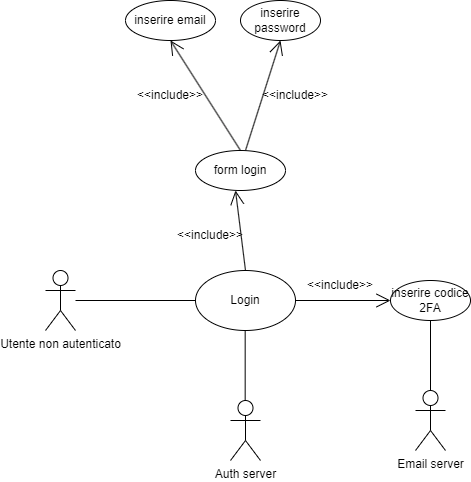
This is second-deliverable/images/Login_UCD.drawio.png from IS-FixMi/Documentation-Source, a draw.io export, as it was before one commit. Source tidied: cells renumbered, new cells last; positions are measured from the earlier drawing's top-left corner, leaving out a move shared by most shapes.
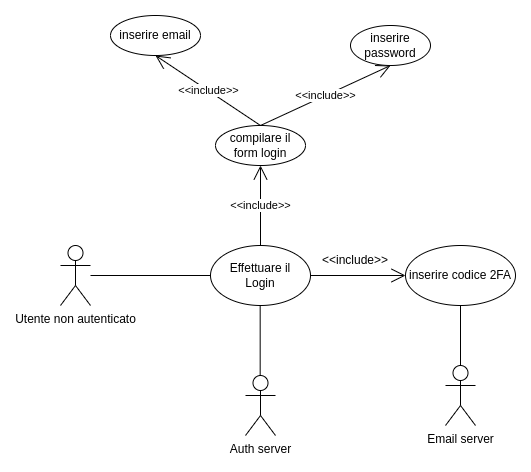
The same file after the commit.

What changed in the source:
```diff
@@ -5,7 +5,7 @@
     <mxCell id="2" value="Utente non autenticato&lt;br&gt;" style="shape=umlActor;verticalLabelPosition=bottom;verticalAlign=top;html=1;" parent="1" vertex="1">
       <mxGeometry y="270" width="30" height="60" as="geometry" />
     </mxCell>
-    <mxCell id="3" value="Login" style="ellipse;whiteSpace=wrap;html=1;" parent="1" vertex="1">
+    <mxCell id="3" value="Effettuare il&lt;br&gt;Login" style="ellipse;whiteSpace=wrap;html=1;" parent="1" vertex="1">
       <mxGeometry x="150" y="270" width="100" height="60" as="geometry" />
     </mxCell>
     <mxCell id="4" style="endArrow=none;html=1;rounded=0;entryX=0;entryY=0.5;entryDx=0;entryDy=0;" parent="1" edge="1" target="3">
@@ -13,30 +13,22 @@
         <mxPoint x="30" y="300" as="sourcePoint" />
       </mxGeometry>
     </mxCell>
-    <mxCell id="5" style="endArrow=open;endFill=1;endSize=12;html=1;rounded=0;exitX=0.5;exitY=0;exitDx=0;exitDy=0;" parent="1" edge="1" source="3">
-      <mxGeometry relative="1" as="geometry">
-        <mxPoint x="190" y="190" as="targetPoint" />
-      </mxGeometry>
+    <mxCell id="5" value="&amp;lt;&amp;lt;include&amp;gt;&amp;gt;" style="endArrow=open;endFill=1;endSize=12;html=1;rounded=0;exitX=0.5;exitY=0;exitDx=0;exitDy=0;entryX=0.5;entryY=1;entryDx=0;entryDy=0;" parent="1" edge="1" source="3" target="18">
+      <mxGeometry relative="1" as="geometry" />
     </mxCell>
-    <mxCell id="6" value="&amp;lt;&amp;lt;include&amp;gt;&amp;gt;" style="text;html=1;strokeColor=none;fillColor=none;align=center;verticalAlign=middle;whiteSpace=wrap;rounded=0;" parent="1" vertex="1">
-      <mxGeometry x="100" y="90" width="50" height="10" as="geometry" />
-    </mxCell>
-    <mxCell id="7" style="endArrow=open;endFill=1;endSize=12;html=1;rounded=0;exitX=0.5;exitY=0;exitDx=0;exitDy=0;entryX=0.5;entryY=1;entryDx=0;entryDy=0;" parent="1" edge="1" target="10">
+    <mxCell id="7" value="&amp;lt;&amp;lt;include&amp;gt;&amp;gt;" style="endArrow=open;endFill=1;endSize=12;html=1;rounded=0;exitX=0.5;exitY=0;exitDx=0;exitDy=0;entryX=0.5;entryY=1;entryDx=0;entryDy=0;" parent="1" edge="1" target="10">
       <mxGeometry relative="1" as="geometry">
         <mxPoint x="200" y="150" as="sourcePoint" />
       </mxGeometry>
     </mxCell>
-    <mxCell id="8" value="&amp;lt;&amp;lt;include&amp;gt;&amp;gt;" style="text;html=1;strokeColor=none;fillColor=none;align=center;verticalAlign=middle;whiteSpace=wrap;rounded=0;" parent="1" vertex="1">
-      <mxGeometry x="225" y="90" width="50" height="10" as="geometry" />
-    </mxCell>
     <mxCell id="9" value="inserire email" style="ellipse;whiteSpace=wrap;html=1;" parent="1" vertex="1">
-      <mxGeometry x="80" width="90" height="40" as="geometry" />
+      <mxGeometry x="50" y="40" width="90" height="40" as="geometry" />
     </mxCell>
     <mxCell id="10" value="inserire password" style="ellipse;whiteSpace=wrap;html=1;" parent="1" vertex="1">
-      <mxGeometry x="195" width="80" height="40" as="geometry" />
+      <mxGeometry x="290" y="50" width="80" height="40" as="geometry" />
     </mxCell>
     <mxCell id="11" value="inserire codice 2FA" style="ellipse;whiteSpace=wrap;html=1;" parent="1" vertex="1">
-      <mxGeometry x="345" y="280" width="80" height="40" as="geometry" />
+      <mxGeometry x="345" y="270" width="110" height="60" as="geometry" />
     </mxCell>
     <mxCell id="12" style="endArrow=open;endFill=1;endSize=12;html=1;rounded=0;exitX=1;exitY=0.5;exitDx=0;exitDy=0;entryX=0;entryY=0.5;entryDx=0;entryDy=0;" parent="1" edge="1" source="3" target="11">
       <mxGeometry relative="1" as="geometry" />
@@ -45,7 +37,7 @@
       <mxGeometry x="270" y="280" width="50" height="10" as="geometry" />
     </mxCell>
     <mxCell id="14" value="Email server&lt;br&gt;" style="shape=umlActor;verticalLabelPosition=bottom;verticalAlign=top;html=1;" parent="1" vertex="1">
-      <mxGeometry x="370" y="390" width="30" height="60" as="geometry" />
+      <mxGeometry x="385" y="390" width="30" height="60" as="geometry" />
     </mxCell>
     <mxCell id="15" style="endArrow=none;html=1;rounded=0;entryX=0.5;entryY=1;entryDx=0;entryDy=0;exitX=0.5;exitY=0;exitDx=0;exitDy=0;exitPerimeter=0;" parent="1" edge="1" source="14" target="11">
       <mxGeometry relative="1" as="geometry" />
@@ -59,14 +51,11 @@
         <mxPoint x="199.7" y="330" as="targetPoint" />
       </mxGeometry>
     </mxCell>
-    <mxCell id="18" value="form login" style="ellipse;whiteSpace=wrap;html=1;" parent="1" vertex="1">
-      <mxGeometry x="150" y="150" width="90" height="40" as="geometry" />
+    <mxCell id="18" value="compilare il form login" style="ellipse;whiteSpace=wrap;html=1;" parent="1" vertex="1">
+      <mxGeometry x="155" y="150" width="90" height="40" as="geometry" />
     </mxCell>
-    <mxCell id="19" style="endArrow=open;endFill=1;endSize=12;html=1;rounded=0;exitX=0.5;exitY=0;exitDx=0;exitDy=0;entryX=0.5;entryY=1;entryDx=0;entryDy=0;" parent="1" edge="1" source="18" target="9">
+    <mxCell id="19" value="&amp;lt;&amp;lt;include&amp;gt;&amp;gt;" style="endArrow=open;endFill=1;endSize=12;html=1;rounded=0;exitX=0.5;exitY=0;exitDx=0;exitDy=0;entryX=0.5;entryY=1;entryDx=0;entryDy=0;" parent="1" edge="1" source="18" target="9">
       <mxGeometry relative="1" as="geometry" />
     </mxCell>
-    <mxCell id="20" value="&amp;lt;&amp;lt;include&amp;gt;&amp;gt;" style="text;html=1;strokeColor=none;fillColor=none;align=center;verticalAlign=middle;whiteSpace=wrap;rounded=0;" parent="1" vertex="1">
-      <mxGeometry x="140" y="230" width="50" height="10" as="geometry" />
-    </mxCell>
   </root>
 </mxGraphModel>
```
